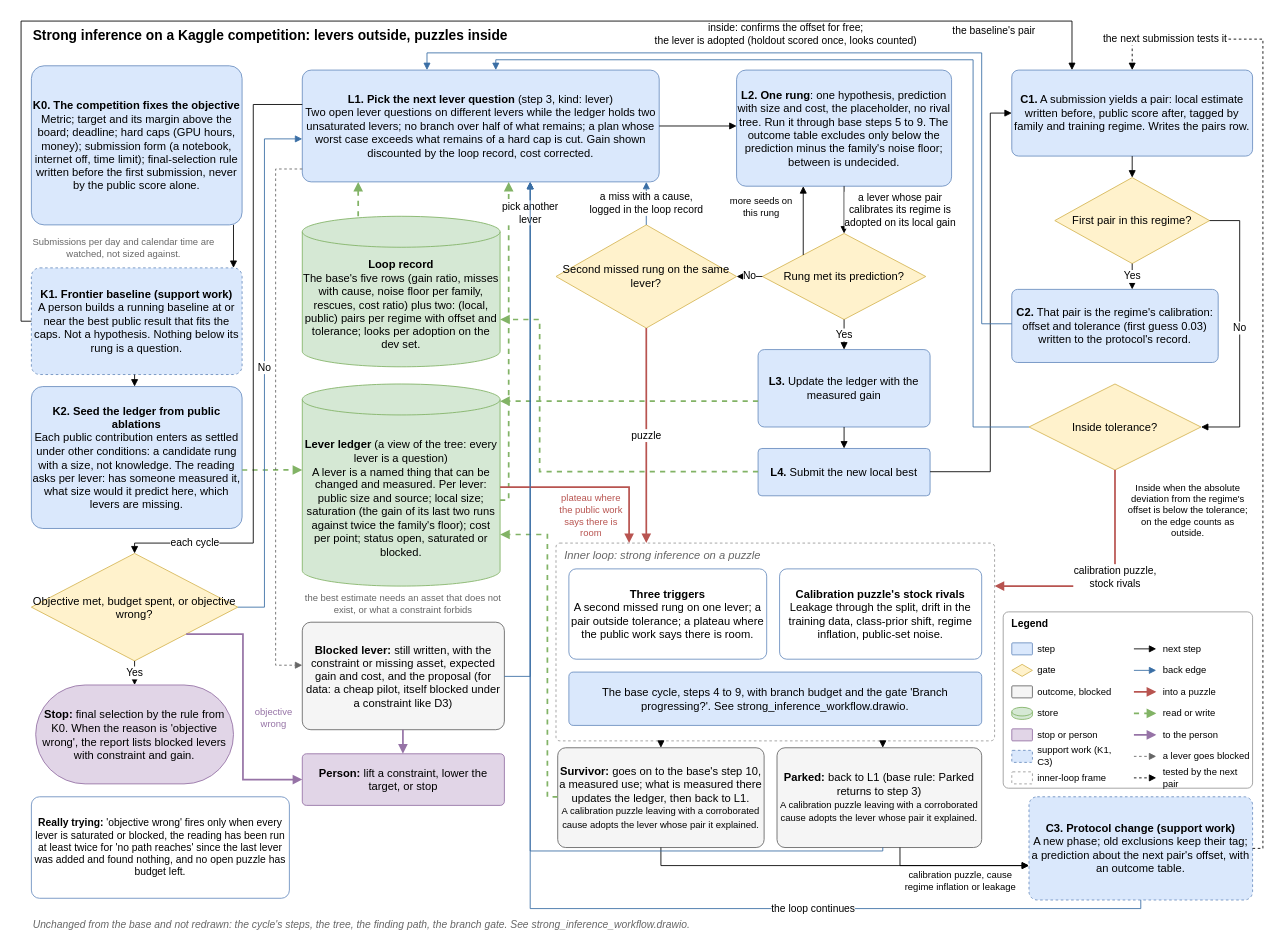
LucasCra/strong-inference-walkthrough keeps this draw.io diagram as strong_inference_kaggle_workflow.drawio. Above is the earlier version. Source tidied: cells renumbered, new cells numbered last; positions are measured from the earlier drawing's top-left corner, leaving out a move shared by most shapes. Both pictures are drawn from the tidied source at 86%, with x=0, y=0 at pixel (21, 21).
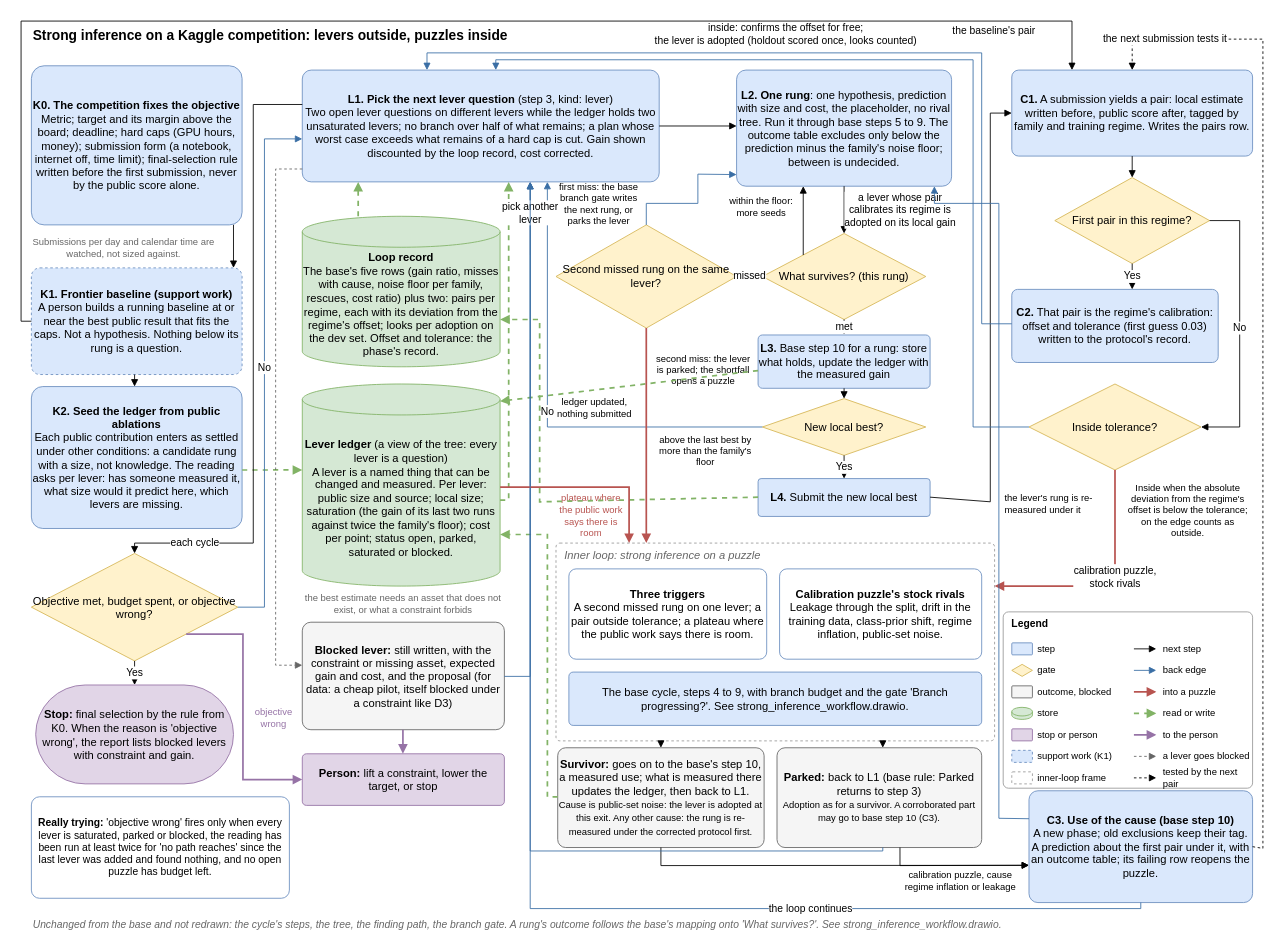
The same page after the edit.

Commit message (it also covers changes not shown here):
Make the base cycle and the Kaggle adaptation consistent

The base now maps a lever rung onto "What survives?", binds outcome tables
to the family's floor and lets a parked branch use its corroborated part.
The Kaggle page relies on those rules instead of restating them, adopts a
lever by the cause of a calibration puzzle, and gains a "New local best?"
gate. From the research repo at ba50249.

Unchanged cells that the change refers to:
```xml
<mxCell id="10" value="&lt;b&gt;L1. Pick the next lever question&lt;/b&gt; (step 3, kind: lever)&lt;br&gt;Two open lever questions on different levers while the ledger holds two unsaturated levers; no branch over half of what remains; a plan whose worst case exceeds what remains of a hard cap is cut. Gain shown discounted by the loop record, cost corrected." style="rounded=1;arcSize=8;whiteSpace=wrap;html=1;fillColor=#dae8fc;strokeColor=#6c8ebf;fontSize=13;" parent="1" vertex="1">
  <mxGeometry x="327" y="57" width="415" height="130" as="geometry" />
</mxCell>
<mxCell id="11" value="&lt;b&gt;L2. One rung&lt;/b&gt;: one hypothesis, prediction with size and cost, the placeholder, no rival tree. Run it through base steps 5 to 9. The outcome table excludes only below the prediction minus the family's noise floor; between is undecided." style="rounded=1;arcSize=8;whiteSpace=wrap;html=1;fillColor=#dae8fc;strokeColor=#6c8ebf;fontSize=13;" parent="1" vertex="1">
  <mxGeometry x="832" y="57" width="250" height="135" as="geometry" />
</mxCell>
<mxCell id="13" value="Second missed rung on the same lever?" style="rhombus;whiteSpace=wrap;html=1;fillColor=#fff2cc;strokeColor=#d6b656;fontSize=13;" parent="1" vertex="1">
  <mxGeometry x="622" y="237" width="210" height="120" as="geometry" />
</mxCell>
<mxCell id="16" value="&lt;b&gt;C1.&lt;/b&gt; A submission yields a pair: local estimate written before, public score after, tagged by family and training regime. Writes the pairs row." style="rounded=1;arcSize=8;whiteSpace=wrap;html=1;fillColor=#dae8fc;strokeColor=#6c8ebf;fontSize=13;" parent="1" vertex="1">
  <mxGeometry x="1152" y="57" width="280" height="100" as="geometry" />
</mxCell>
<mxCell id="21" value="Inner loop: strong inference on a puzzle" style="rounded=1;arcSize=2;whiteSpace=wrap;html=1;fillColor=none;strokeColor=#999999;dashed=1;verticalAlign=top;align=left;spacingLeft=8;fontStyle=2;fontColor=#666666;fontSize=13;" parent="1" vertex="1">
  <mxGeometry x="622" y="607" width="510" height="230" as="geometry" />
</mxCell>
```

Change to the diagram source:
```diff
@@
-    <mxCell id="3" value="Unchanged from the base and not redrawn: the cycle's steps, the tree, the finding path, the branch gate. See strong_inference_workflow.drawio." style="text;html=1;whiteSpace=wrap;strokeColor=none;fillColor=none;align=center;verticalAlign=middle;rounded=0;fontSize=12;align=left;fontColor=#666666;fontStyle=2;" parent="1" vertex="1">
-      <mxGeometry x="12" y="1040" width="1100" height="22" as="geometry" />
+    <mxCell id="3" value="Unchanged from the base and not redrawn: the cycle's steps, the tree, the finding path, the branch gate. A rung's outcome follows the base's mapping onto 'What survives?'. See strong_inference_workflow.drawio." style="text;html=1;whiteSpace=wrap;strokeColor=none;fillColor=none;align=center;verticalAlign=middle;rounded=0;fontSize=12;align=left;fontColor=#666666;fontStyle=2;" parent="1" vertex="1">
+      <mxGeometry x="12" y="1040" width="1300" height="22" as="geometry" />
     </mxCell>
@@
-    <mxCell id="8" value="&lt;b&gt;Loop record&lt;/b&gt;&lt;br&gt;The base's five rows (gain ratio, misses with cause, noise floor per family, rescues, cost ratio) plus two: (local, public) pairs per regime with offset and tolerance; looks per adoption on the dev set." style="shape=cylinder3;whiteSpace=wrap;html=1;boundedLbl=1;backgroundOutline=1;size=18;fillColor=#d5e8d4;strokeColor=#82b366;fontSize=13;" parent="1" vertex="1">
+    <mxCell id="8" value="&lt;b&gt;Loop record&lt;/b&gt;&lt;br&gt;The base's five rows (gain ratio, misses with cause, noise floor per family, rescues, cost ratio) plus two: pairs per regime, each with its deviation from the regime's offset; looks per adoption on the dev set. Offset and tolerance: the phase's record." style="shape=cylinder3;whiteSpace=wrap;html=1;boundedLbl=1;backgroundOutline=1;size=18;fillColor=#d5e8d4;strokeColor=#82b366;fontSize=13;" parent="1" vertex="1">
       <mxGeometry x="327" y="227" width="230" height="175" as="geometry" />
     </mxCell>
-    <mxCell id="9" value="&lt;b&gt;Lever ledger&lt;/b&gt; (a view of the tree: every lever is a question)&lt;br&gt;A lever is a named thing that can be changed and measured. Per lever: public size and source; local size; saturation (the gain of its last two runs against twice the family's floor); cost per point; status open, saturated or blocked." style="shape=cylinder3;whiteSpace=wrap;html=1;boundedLbl=1;backgroundOutline=1;size=18;fillColor=#d5e8d4;strokeColor=#82b366;fontSize=13;" parent="1" vertex="1">
+    <mxCell id="9" value="&lt;b&gt;Lever ledger&lt;/b&gt; (a view of the tree: every lever is a question)&lt;br&gt;A lever is a named thing that can be changed and measured. Per lever: public size and source; local size; saturation (the gain of its last two runs against twice the family's floor); cost per point; status open, parked, saturated or blocked." style="shape=cylinder3;whiteSpace=wrap;html=1;boundedLbl=1;backgroundOutline=1;size=18;fillColor=#d5e8d4;strokeColor=#82b366;fontSize=13;" parent="1" vertex="1">
       <mxGeometry x="327" y="422" width="230" height="235" as="geometry" />
     </mxCell>
@@
-    <mxCell id="12" value="Rung met its prediction?" style="rhombus;whiteSpace=wrap;html=1;fillColor=#fff2cc;strokeColor=#d6b656;fontSize=13;" parent="1" vertex="1">
+    <mxCell id="12" value="What survives? (this rung)" style="rhombus;whiteSpace=wrap;html=1;fillColor=#fff2cc;strokeColor=#d6b656;fontSize=13;" parent="1" vertex="1">
       <mxGeometry x="862" y="247" width="190" height="100" as="geometry" />
     </mxCell>
@@
-    <mxCell id="14" value="&lt;b&gt;L3.&lt;/b&gt; Update the ledger with the measured gain" style="rounded=1;arcSize=8;whiteSpace=wrap;html=1;fillColor=#dae8fc;strokeColor=#6c8ebf;fontSize=13;" parent="1" vertex="1">
-      <mxGeometry x="857" y="382" width="200" height="90" as="geometry" />
+    <mxCell id="14" value="&lt;b&gt;L3.&lt;/b&gt; Base step 10 for a rung: store what holds, update the ledger with the measured gain" style="rounded=1;arcSize=8;whiteSpace=wrap;html=1;fillColor=#dae8fc;strokeColor=#6c8ebf;fontSize=13;" parent="1" vertex="1">
+      <mxGeometry x="857" y="365" width="200" height="62" as="geometry" />
     </mxCell>
     <mxCell id="15" value="&lt;b&gt;L4.&lt;/b&gt; Submit the new local best" style="rounded=1;arcSize=8;whiteSpace=wrap;html=1;fillColor=#dae8fc;strokeColor=#6c8ebf;fontSize=13;" parent="1" vertex="1">
-      <mxGeometry x="857" y="497" width="200" height="55" as="geometry" />
+      <mxGeometry x="857" y="532" width="200" height="44" as="geometry" />
     </mxCell>
@@
-    <mxCell id="25" value="&lt;b&gt;Survivor:&lt;/b&gt; goes on to the base's step 10, a measured use; what is measured there updates the ledger, then back to L1.&lt;br&gt;&lt;font style=&quot;font-size:11px&quot;&gt;A calibration puzzle leaving with a corroborated cause adopts the lever whose pair it explained.&lt;/font&gt;" style="rounded=1;arcSize=8;whiteSpace=wrap;html=1;fillColor=#f5f5f5;strokeColor=#666666;fontSize=13;" parent="1" vertex="1">
+    <mxCell id="25" value="&lt;b&gt;Survivor:&lt;/b&gt; goes on to the base's step 10, a measured use; what is measured there updates the ledger, then back to L1.&lt;br&gt;&lt;font style=&quot;font-size:11px&quot;&gt;Cause is public-set noise: the lever is adopted at this exit. Any other cause: the rung is re-measured under the corrected protocol first.&lt;/font&gt;" style="rounded=1;arcSize=8;whiteSpace=wrap;html=1;fillColor=#f5f5f5;strokeColor=#666666;fontSize=13;" parent="1" vertex="1">
       <mxGeometry x="624" y="845" width="240" height="116" as="geometry" />
     </mxCell>
-    <mxCell id="26" value="&lt;b&gt;Parked:&lt;/b&gt; back to L1 (base rule: Parked returns to step 3)&lt;br&gt;&lt;font style=&quot;font-size:11px&quot;&gt;A calibration puzzle leaving with a corroborated cause adopts the lever whose pair it explained.&lt;/font&gt;" style="rounded=1;arcSize=8;whiteSpace=wrap;html=1;fillColor=#f5f5f5;strokeColor=#666666;fontSize=13;" parent="1" vertex="1">
+    <mxCell id="26" value="&lt;b&gt;Parked:&lt;/b&gt; back to L1 (base rule: Parked returns to step 3)&lt;br&gt;&lt;font style=&quot;font-size:11px&quot;&gt;Adoption as for a survivor. A corroborated part may go to base step 10 (C3).&lt;/font&gt;" style="rounded=1;arcSize=8;whiteSpace=wrap;html=1;fillColor=#f5f5f5;strokeColor=#666666;fontSize=13;" parent="1" vertex="1">
       <mxGeometry x="879" y="845" width="238" height="116" as="geometry" />
     </mxCell>
-    <mxCell id="27" value="&lt;b&gt;C3. Protocol change (support work)&lt;/b&gt;&lt;br&gt;A new phase; old exclusions keep their tag; a prediction about the next pair's offset, with an outcome table." style="rounded=1;arcSize=8;whiteSpace=wrap;html=1;fillColor=#dae8fc;strokeColor=#6c8ebf;fontSize=13;dashed=1;" parent="1" vertex="1">
-      <mxGeometry x="1172" y="902" width="260" height="120" as="geometry" />
+    <mxCell id="27" value="&lt;b&gt;C3. Use of the cause (base step 10)&lt;/b&gt;&lt;br&gt;A new phase; old exclusions keep their tag. A prediction about the first pair under it, with an outcome table; its failing row reopens the puzzle." style="rounded=1;arcSize=8;whiteSpace=wrap;html=1;fillColor=#dae8fc;strokeColor=#6c8ebf;fontSize=13;" parent="1" vertex="1">
+      <mxGeometry x="1172" y="895" width="260" height="130" as="geometry" />
     </mxCell>
@@
-    <mxCell id="35" value="&lt;b&gt;Really trying:&lt;/b&gt; 'objective wrong' fires only when every lever is saturated or blocked, the reading has been run at least twice for 'no path reaches' since the last lever was added and found nothing, and no open puzzle has budget left." style="rounded=1;arcSize=8;whiteSpace=wrap;html=1;fillColor=#ffffff;strokeColor=#6c8ebf;fontSize=13;fontSize=12;" parent="1" vertex="1">
+    <mxCell id="35" value="&lt;b&gt;Really trying:&lt;/b&gt; 'objective wrong' fires only when every lever is saturated, parked or blocked, the reading has been run at least twice for 'no path reaches' since the last lever was added and found nothing, and no open puzzle has budget left." style="rounded=1;arcSize=8;whiteSpace=wrap;html=1;fillColor=#ffffff;strokeColor=#6c8ebf;fontSize=13;fontSize=12;" parent="1" vertex="1">
       <mxGeometry x="12" y="902" width="300" height="118" as="geometry" />
     </mxCell>
@@
-    <mxCell id="48" value="support work (K1, C3)" style="text;html=1;whiteSpace=wrap;strokeColor=none;fillColor=none;align=center;verticalAlign=middle;rounded=0;fontSize=12;align=left;fontSize=11;" parent="1" vertex="1">
+    <mxCell id="48" value="support work (K1)" style="text;html=1;whiteSpace=wrap;strokeColor=none;fillColor=none;align=center;verticalAlign=middle;rounded=0;fontSize=12;align=left;fontSize=11;" parent="1" vertex="1">
       <mxGeometry x="1180" y="840" width="108" height="30" as="geometry" />
     </mxCell>
@@
-    <mxCell id="72" value="No" style="edgeStyle=none;html=1;rounded=0;endArrow=block;exitX=0;exitY=0.5;exitDx=0;exitDy=0;entryX=1;entryY=0.5;entryDx=0;entryDy=0;labelBackgroundColor=#ffffff;fontSize=12;" parent="1" edge="1" source="12" target="13">
+    <mxCell id="72" value="missed" style="edgeStyle=none;html=1;rounded=0;endArrow=block;exitX=0;exitY=0.5;exitDx=0;exitDy=0;entryX=1;entryY=0.5;entryDx=0;entryDy=0;labelBackgroundColor=#ffffff;fontSize=12;" parent="1" edge="1" source="12" target="13">
       <mxGeometry relative="1" as="geometry" />
     </mxCell>
@@
-    <mxCell id="74" value="more seeds on this rung" style="text;html=1;whiteSpace=wrap;strokeColor=none;fillColor=none;align=center;verticalAlign=middle;rounded=0;fontSize=12;fontSize=11;" parent="1" vertex="1">
+    <mxCell id="74" value="within the floor: more seeds" style="text;html=1;whiteSpace=wrap;strokeColor=none;fillColor=none;align=center;verticalAlign=middle;rounded=0;fontSize=12;fontSize=11;" parent="1" vertex="1">
       <mxGeometry x="816" y="195" width="90" height="42" as="geometry" />
     </mxCell>
-    <mxCell id="75" value="Yes" style="edgeStyle=none;html=1;rounded=0;endArrow=block;exitX=0.5;exitY=1;exitDx=0;exitDy=0;entryX=0.5;entryY=0;entryDx=0;entryDy=0;labelBackgroundColor=#ffffff;fontSize=12;" parent="1" edge="1" source="12" target="14">
+    <mxCell id="75" value="met" style="edgeStyle=none;html=1;rounded=0;endArrow=block;exitX=0.5;exitY=1;exitDx=0;exitDy=0;entryX=0.5;entryY=0;entryDx=0;entryDy=0;labelBackgroundColor=#ffffff;fontSize=12;" parent="1" edge="1" source="12" target="14">
       <mxGeometry relative="1" as="geometry" />
     </mxCell>
+    <mxCell id="106" value="New local best?" style="rhombus;whiteSpace=wrap;html=1;fillColor=#fff2cc;strokeColor=#d6b656;fontSize=13;" parent="1" vertex="1">
+      <mxGeometry x="862" y="439" width="190" height="66" as="geometry" />
+    </mxCell>
+    <mxCell id="107" value="above the last best by more than the family's floor" style="text;html=1;whiteSpace=wrap;strokeColor=none;fillColor=none;align=center;verticalAlign=middle;rounded=0;fontSize=12;fontSize=11;" parent="1" vertex="1">
+      <mxGeometry x="737" y="479" width="118" height="42" as="geometry" />
+    </mxCell>
+    <mxCell id="108" value="Yes" style="edgeStyle=none;html=1;rounded=0;endArrow=block;exitX=0.5;exitY=1;exitDx=0;exitDy=0;entryX=0.5;entryY=0;entryDx=0;entryDy=0;labelBackgroundColor=#ffffff;fontSize=12;" parent="1" edge="1" source="106" target="15">
+      <mxGeometry relative="1" as="geometry" />
+    </mxCell>
+    <mxCell id="109" value="No" style="edgeStyle=none;html=1;rounded=0;endArrow=block;exitX=0;exitY=0.5;exitDx=0;exitDy=0;entryX=0.6867;entryY=1;entryDx=0;entryDy=0;strokeColor=#3a6ea5;labelBackgroundColor=#ffffff;fontSize=12;" parent="1" edge="1" source="106" target="10">
+      <mxGeometry relative="1" as="geometry">
+        <Array as="points">
+          <mxPoint x="612" y="472" />
+        </Array>
+      </mxGeometry>
+    </mxCell>
+    <mxCell id="110" value="ledger updated,&lt;br&gt;nothing submitted" style="text;html=1;whiteSpace=wrap;strokeColor=none;fillColor=none;align=center;verticalAlign=middle;rounded=0;fontSize=11;" parent="1" vertex="1">
+      <mxGeometry x="617" y="433" width="100" height="34" as="geometry" />
+    </mxCell>
+    <mxCell id="111" value="first miss: the base branch gate writes the next rung, or parks the lever" style="text;html=1;whiteSpace=wrap;strokeColor=none;fillColor=none;align=center;verticalAlign=middle;rounded=0;fontSize=11;" parent="1" vertex="1">
+      <mxGeometry x="620" y="191" width="104" height="44" as="geometry" />
+    </mxCell>
+    <mxCell id="112" value="second miss: the lever is parked; the shortfall opens a puzzle" style="text;html=1;whiteSpace=wrap;strokeColor=none;fillColor=none;align=center;verticalAlign=middle;rounded=0;fontSize=11;" parent="1" vertex="1">
+      <mxGeometry x="737" y="382" width="113" height="48" as="geometry" />
+    </mxCell>
-    <mxCell id="76" style="edgeStyle=none;html=1;rounded=0;endArrow=block;exitX=0.5;exitY=1;exitDx=0;exitDy=0;entryX=0.5;entryY=0;entryDx=0;entryDy=0;" parent="1" edge="1" source="14" target="15">
+    <mxCell id="76" style="edgeStyle=none;html=1;rounded=0;endArrow=block;exitX=0.5;exitY=1;exitDx=0;exitDy=0;entryX=0.5;entryY=0;entryDx=0;entryDy=0;" parent="1" edge="1" source="14" target="106">
       <mxGeometry relative="1" as="geometry" />
     </mxCell>
@@
     <mxCell id="78" style="edgeStyle=none;html=1;rounded=0;endArrow=block;exitX=0;exitY=0.4909;exitDx=0;exitDy=0;entryX=1;entryY=0.6857;entryDx=0;entryDy=0;dashed=1;strokeColor=#82b366;strokeWidth=2;" parent="1" edge="1" source="15" target="8">
       <mxGeometry relative="1" as="geometry">
         <Array as="points">
-          <mxPoint x="603" y="524" />
+          <mxPoint x="603" y="559" />
           <mxPoint x="603" y="347" />
         </Array>
       </mxGeometry>
     </mxCell>
     <mxCell id="79" style="edgeStyle=none;html=1;rounded=0;endArrow=block;exitX=1;exitY=0.4909;exitDx=0;exitDy=0;entryX=0;entryY=0.5;entryDx=0;entryDy=0;" parent="1" edge="1" source="15" target="16">
       <mxGeometry relative="1" as="geometry">
         <Array as="points">
-          <mxPoint x="1127" y="524" />
+          <mxPoint x="1127" y="559" />
           <mxPoint x="1127" y="107" />
         </Array>
       </mxGeometry>
     </mxCell>
-    <mxCell id="80" value="a miss with a cause,&lt;br&gt;logged in the loop record" style="edgeStyle=none;html=1;rounded=0;endArrow=block;exitX=0.5;exitY=0;exitDx=0;exitDy=0;entryX=0.9639;entryY=1;entryDx=0;entryDy=0;strokeColor=#3a6ea5;labelBackgroundColor=#ffffff;fontSize=12;" parent="1" edge="1" source="13" target="10">
-      <mxGeometry relative="1" as="geometry" />
+    <mxCell id="80" style="edgeStyle=none;html=1;rounded=0;endArrow=block;exitX=0.5;exitY=0;exitDx=0;exitDy=0;entryX=0;entryY=0.9;entryDx=0;entryDy=0;strokeColor=#3a6ea5;labelBackgroundColor=#ffffff;fontSize=12;" parent="1" edge="1" source="13" target="11">
+      <mxGeometry relative="1" as="geometry">
+        <Array as="points">
+          <mxPoint x="727" y="212" />
+          <mxPoint x="787" y="212" />
+          <mxPoint x="787" y="178" />
+        </Array>
+      </mxGeometry>
     </mxCell>
-    <mxCell id="81" value="puzzle" style="edgeStyle=none;html=1;rounded=0;endArrow=block;exitX=0.5;exitY=1;exitDx=0;exitDy=0;entryX=0.2059;entryY=0;entryDx=0;entryDy=0;strokeColor=#b85450;strokeWidth=2;labelBackgroundColor=#ffffff;fontSize=12;" parent="1" edge="1" source="13" target="21">
+    <mxCell id="81" style="edgeStyle=none;html=1;rounded=0;endArrow=block;exitX=0.5;exitY=1;exitDx=0;exitDy=0;entryX=0.2059;entryY=0;entryDx=0;entryDy=0;strokeColor=#b85450;strokeWidth=2;labelBackgroundColor=#ffffff;fontSize=12;" parent="1" edge="1" source="13" target="21">
       <mxGeometry relative="1" as="geometry" />
     </mxCell>
@@
+    <mxCell id="113" style="edgeStyle=none;html=1;rounded=0;endArrow=block;exitX=0;exitY=0.25;exitDx=0;exitDy=0;entryX=0.92;entryY=1;entryDx=0;entryDy=0;strokeColor=#3a6ea5;" parent="1" edge="1" source="27" target="11">
+      <mxGeometry relative="1" as="geometry">
+        <Array as="points">
+          <mxPoint x="1137" y="927" />
+          <mxPoint x="1137" y="212" />
+          <mxPoint x="1062" y="212" />
+        </Array>
+      </mxGeometry>
+    </mxCell>
+    <mxCell id="114" value="the lever's rung is re-measured under it" style="text;html=1;whiteSpace=wrap;strokeColor=none;fillColor=none;align=left;verticalAlign=middle;rounded=0;fontSize=11;" parent="1" vertex="1">
+      <mxGeometry x="1142" y="537" width="130" height="50" as="geometry" />
+    </mxCell>
```
